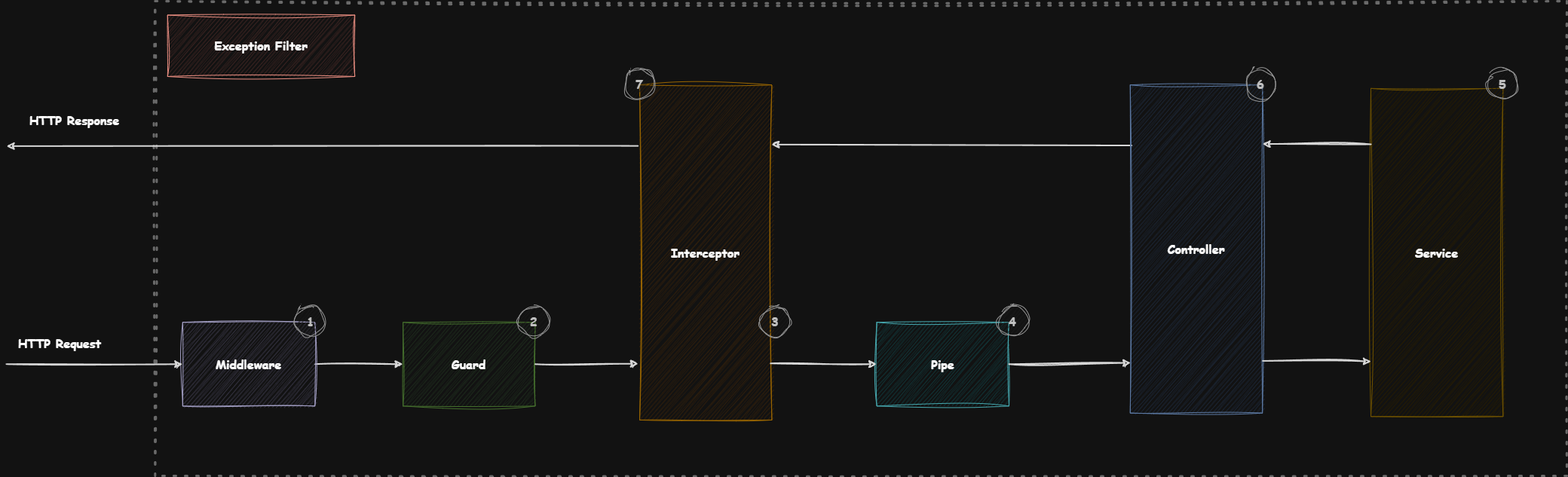
quanghiep03198/BE-WMS keeps this draw.io diagram as resources/@framework/nestjs-life-cycle.png. Above is the earlier version. Source tidied: cells renumbered, new cells last; positions are measured from the earlier drawing's top-left corner, leaving out a move shared by most shapes.
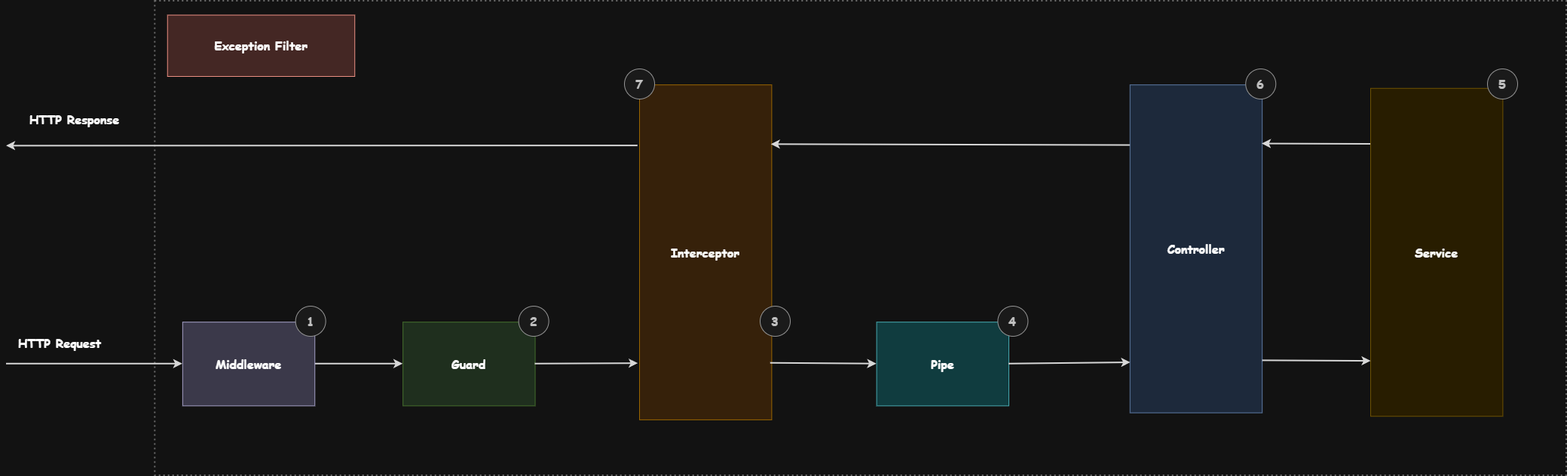
Above is the later version.

Commit message:
refactor: update image path for NestJS lifecycle diagram in documentation

Diff of the diagram source:
```diff
@@ -2,97 +2,97 @@
   <root>
     <mxCell id="0" />
     <mxCell id="1" parent="0" />
-    <mxCell id="2" style="group;spacing=0;spacingRight=0;rounded=1;fontStyle=1;fontSize=16;dashed=1;dashPattern=1 4;sketch=1;curveFitting=1;jiggle=2;fontFamily=Comic Sans MS;" parent="1" vertex="1">
+    <mxCell id="2" style="group;spacing=0;spacingRight=0;rounded=1;fontStyle=1;fontSize=16;dashed=1;dashPattern=1 4;fontFamily=Comic Sans MS;" parent="1" vertex="1">
       <mxGeometry width="2070" height="630" as="geometry" />
     </mxCell>
-    <mxCell id="3" style="rounded=0;whiteSpace=wrap;html=1;fillColor=none;dashed=1;strokeColor=#999999;fontFamily=Comic Sans MS;fontSize=16;shadow=0;spacingRight=0;spacingBottom=0;spacing=16;strokeWidth=3;fontStyle=1;sketch=1;curveFitting=1;jiggle=2;dashPattern=1 4;" parent="2" vertex="1">
+    <mxCell id="3" style="rounded=0;whiteSpace=wrap;html=1;fillColor=none;dashed=1;strokeColor=#999999;fontFamily=Comic Sans MS;fontSize=16;shadow=0;spacingRight=0;spacingBottom=0;spacing=16;strokeWidth=2;fontStyle=1;dashPattern=1 2;" parent="2" vertex="1">
       <mxGeometry x="197.3" width="1872.7" height="630" as="geometry" />
     </mxCell>
-    <mxCell id="4" style="edgeStyle=orthogonalEdgeStyle;rounded=0;jettySize=auto;html=1;fillColor=#dae8fc;strokeColor=#1A1A1A;fontFamily=Comic Sans MS;fontSize=16;spacingRight=0;spacingBottom=0;spacing=16;strokeWidth=2;fontStyle=1;sketch=1;curveFitting=1;jiggle=2;" parent="2" edge="1" source="5" target="7">
+    <mxCell id="4" style="edgeStyle=orthogonalEdgeStyle;rounded=0;jettySize=auto;html=1;fillColor=#dae8fc;strokeColor=#1A1A1A;fontFamily=Comic Sans MS;fontSize=16;spacingRight=0;spacingBottom=0;spacing=16;strokeWidth=2;fontStyle=1;" parent="2" edge="1" source="5" target="7">
       <mxGeometry relative="1" as="geometry" />
     </mxCell>
-    <mxCell id="5" value="Middleware" style="rounded=0;whiteSpace=wrap;html=1;fontStyle=1;fontSize=16;fillColor=#d0cee2;strokeColor=#56517e;fontFamily=Comic Sans MS;spacingRight=0;spacingBottom=0;spacing=16;sketch=1;curveFitting=1;jiggle=2;" parent="2" vertex="1">
+    <mxCell id="5" value="Middleware" style="rounded=0;whiteSpace=wrap;html=1;fontStyle=1;fontSize=16;fillColor=#d0cee2;strokeColor=#56517e;fontFamily=Comic Sans MS;spacingRight=0;spacingBottom=0;spacing=16;" parent="2" vertex="1">
       <mxGeometry x="233.8" y="426.2" width="175.4" height="111.2" as="geometry" />
     </mxCell>
-    <mxCell id="6" value="Interceptor" style="rounded=0;whiteSpace=wrap;html=1;fontStyle=1;fontSize=16;fillColor=#ffe6cc;strokeColor=#d79b00;fontFamily=Comic Sans MS;spacingRight=0;spacingBottom=0;spacing=16;sketch=1;curveFitting=1;jiggle=2;" parent="2" vertex="1">
+    <mxCell id="6" value="Interceptor" style="rounded=0;whiteSpace=wrap;html=1;fontStyle=1;fontSize=16;fillColor=#ffe6cc;strokeColor=#d79b00;fontFamily=Comic Sans MS;spacingRight=0;spacingBottom=0;spacing=16;" parent="2" vertex="1">
       <mxGeometry x="840" y="111.2" width="175.4" height="444.7" as="geometry" />
     </mxCell>
-    <mxCell id="7" value="Guard" style="rounded=0;whiteSpace=wrap;html=1;fontStyle=1;fontSize=16;fillColor=#d5e8d4;strokeColor=#82b366;fontFamily=Comic Sans MS;spacingRight=0;spacingBottom=0;spacing=16;sketch=1;curveFitting=1;jiggle=2;" parent="2" vertex="1">
+    <mxCell id="7" value="Guard" style="rounded=0;whiteSpace=wrap;html=1;fontStyle=1;fontSize=16;fillColor=#d5e8d4;strokeColor=#82b366;fontFamily=Comic Sans MS;spacingRight=0;spacingBottom=0;spacing=16;" parent="2" vertex="1">
       <mxGeometry x="526.2" y="426.2" width="175.4" height="111.2" as="geometry" />
     </mxCell>
-    <mxCell id="8" value="Pipe" style="rounded=0;whiteSpace=wrap;html=1;fontStyle=1;fontSize=16;fillColor=#b0e3e6;strokeColor=#0e8088;fontFamily=Comic Sans MS;spacingRight=0;spacingBottom=0;spacing=16;sketch=1;curveFitting=1;jiggle=2;" parent="2" vertex="1">
+    <mxCell id="8" value="Pipe" style="rounded=0;whiteSpace=wrap;html=1;fontStyle=1;fontSize=16;fillColor=#b0e3e6;strokeColor=#0e8088;fontFamily=Comic Sans MS;spacingRight=0;spacingBottom=0;spacing=16;" parent="2" vertex="1">
       <mxGeometry x="1154.6" y="426.2" width="175.4" height="111.2" as="geometry" />
     </mxCell>
-    <mxCell id="9" style="rounded=0;jettySize=auto;html=1;entryX=0.996;entryY=0.178;entryDx=0;entryDy=0;entryPerimeter=0;exitX=0.011;exitY=0.182;exitDx=0;exitDy=0;exitPerimeter=0;fillColor=#dae8fc;strokeColor=#1A1A1A;fontFamily=Comic Sans MS;fontSize=16;spacingRight=0;spacingBottom=0;spacing=16;strokeWidth=2;fontStyle=1;sketch=1;curveFitting=1;jiggle=2;" parent="2" edge="1" target="6">
+    <mxCell id="9" style="rounded=0;jettySize=auto;html=1;entryX=0.996;entryY=0.178;entryDx=0;entryDy=0;entryPerimeter=0;exitX=0.011;exitY=0.182;exitDx=0;exitDy=0;exitPerimeter=0;fillColor=#dae8fc;strokeColor=#1A1A1A;fontFamily=Comic Sans MS;fontSize=16;spacingRight=0;spacingBottom=0;spacing=16;strokeWidth=2;fontStyle=1;" parent="2" edge="1" target="6">
       <mxGeometry relative="1" as="geometry">
         <mxPoint x="1492.7" y="191.6" as="sourcePoint" />
       </mxGeometry>
     </mxCell>
-    <mxCell id="10" value="Controller" style="rounded=0;whiteSpace=wrap;html=1;fontStyle=1;fontSize=16;fillColor=#dae8fc;strokeColor=#6c8ebf;fontFamily=Comic Sans MS;spacingRight=0;spacingBottom=0;spacing=16;sketch=1;curveFitting=1;jiggle=2;" parent="2" vertex="1">
+    <mxCell id="10" value="Controller" style="rounded=0;whiteSpace=wrap;html=1;fontStyle=1;fontSize=16;fillColor=#dae8fc;strokeColor=#6c8ebf;fontFamily=Comic Sans MS;spacingRight=0;spacingBottom=0;spacing=16;" parent="2" vertex="1">
       <mxGeometry x="1490.8" y="111.2" width="175.4" height="435.4" as="geometry" />
     </mxCell>
-    <mxCell id="11" style="rounded=0;jettySize=auto;html=1;entryX=0;entryY=0.5;entryDx=0;entryDy=0;fillColor=#dae8fc;strokeColor=#1A1A1A;fontFamily=Comic Sans MS;fontSize=16;spacingRight=0;spacingBottom=0;spacing=16;strokeWidth=2;fontStyle=1;sketch=1;curveFitting=1;jiggle=2;" parent="2" edge="1" target="5">
+    <mxCell id="11" style="rounded=0;jettySize=auto;html=1;entryX=0;entryY=0.5;entryDx=0;entryDy=0;fillColor=#dae8fc;strokeColor=#1A1A1A;fontFamily=Comic Sans MS;fontSize=16;spacingRight=0;spacingBottom=0;spacing=16;strokeWidth=2;fontStyle=1;" parent="2" edge="1" target="5">
       <mxGeometry relative="1" as="geometry">
         <mxPoint y="481.8" as="sourcePoint" />
       </mxGeometry>
     </mxCell>
-    <mxCell id="12" value="HTTP Request" style="text;html=1;align=left;verticalAlign=middle;whiteSpace=wrap;rounded=0;fontStyle=1;fontSize=16;fontFamily=Comic Sans MS;spacingRight=0;spacingBottom=0;spacing=16;sketch=1;curveFitting=1;jiggle=2;" parent="2" vertex="1">
+    <mxCell id="12" value="HTTP Request" style="text;html=1;align=left;verticalAlign=middle;whiteSpace=wrap;rounded=0;fontStyle=1;fontSize=16;fontFamily=Comic Sans MS;spacingRight=0;spacingBottom=0;spacing=16;" parent="2" vertex="1">
       <mxGeometry y="426.2" width="204.6" height="55.6" as="geometry" />
     </mxCell>
-    <mxCell id="13" value="HTTP Response" style="text;html=1;align=left;verticalAlign=middle;whiteSpace=wrap;rounded=0;fontStyle=1;fontSize=16;fontFamily=Comic Sans MS;spacingRight=0;spacingBottom=0;spacing=16;sketch=1;curveFitting=1;jiggle=2;" parent="2" vertex="1">
+    <mxCell id="13" value="HTTP Response" style="text;html=1;align=left;verticalAlign=middle;whiteSpace=wrap;rounded=0;fontStyle=1;fontSize=16;fontFamily=Comic Sans MS;spacingRight=0;spacingBottom=0;spacing=16;" parent="2" vertex="1">
       <mxGeometry x="14.6" y="129.7" width="219.2" height="55.6" as="geometry" />
     </mxCell>
-    <mxCell id="14" style="rounded=0;jettySize=auto;html=1;entryX=-0.01;entryY=0.832;entryDx=0;entryDy=0;entryPerimeter=0;fillColor=#dae8fc;strokeColor=#1A1A1A;fontFamily=Comic Sans MS;fontSize=16;spacingRight=0;spacingBottom=0;spacing=16;strokeWidth=2;fontStyle=1;sketch=1;curveFitting=1;jiggle=2;" parent="2" edge="1" target="6">
+    <mxCell id="14" style="rounded=0;jettySize=auto;html=1;entryX=-0.01;entryY=0.832;entryDx=0;entryDy=0;entryPerimeter=0;fillColor=#dae8fc;strokeColor=#1A1A1A;fontFamily=Comic Sans MS;fontSize=16;spacingRight=0;spacingBottom=0;spacing=16;strokeWidth=2;fontStyle=1;" parent="2" edge="1" target="6">
       <mxGeometry relative="1" as="geometry">
         <mxPoint x="701.5" y="481.8" as="sourcePoint" />
       </mxGeometry>
     </mxCell>
-    <mxCell id="15" style="rounded=0;jettySize=auto;html=1;entryX=0;entryY=0.5;entryDx=0;entryDy=0;fillColor=#dae8fc;strokeColor=#1A1A1A;fontFamily=Comic Sans MS;fontSize=16;spacingRight=0;spacingBottom=0;spacing=16;strokeWidth=2;fontStyle=1;exitX=0.991;exitY=0.831;exitDx=0;exitDy=0;exitPerimeter=0;sketch=1;curveFitting=1;jiggle=2;" parent="2" edge="1" source="6" target="8">
+    <mxCell id="15" style="rounded=0;jettySize=auto;html=1;entryX=0;entryY=0.5;entryDx=0;entryDy=0;fillColor=#dae8fc;strokeColor=#1A1A1A;fontFamily=Comic Sans MS;fontSize=16;spacingRight=0;spacingBottom=0;spacing=16;strokeWidth=2;fontStyle=1;exitX=0.991;exitY=0.831;exitDx=0;exitDy=0;exitPerimeter=0;" parent="2" edge="1" source="6" target="8">
       <mxGeometry relative="1" as="geometry" />
     </mxCell>
-    <mxCell id="16" style="rounded=0;jettySize=auto;html=1;entryX=0.005;entryY=0.847;entryDx=0;entryDy=0;entryPerimeter=0;fillColor=#dae8fc;strokeColor=#1A1A1A;fontFamily=Comic Sans MS;fontSize=16;spacingRight=0;spacingBottom=0;spacing=16;strokeWidth=2;fontStyle=1;sketch=1;curveFitting=1;jiggle=2;" parent="2" edge="1" target="10">
+    <mxCell id="16" style="rounded=0;jettySize=auto;html=1;entryX=0.005;entryY=0.847;entryDx=0;entryDy=0;entryPerimeter=0;fillColor=#dae8fc;strokeColor=#1A1A1A;fontFamily=Comic Sans MS;fontSize=16;spacingRight=0;spacingBottom=0;spacing=16;strokeWidth=2;fontStyle=1;" parent="2" edge="1" target="10">
       <mxGeometry relative="1" as="geometry">
         <mxPoint x="1330" y="481.8" as="sourcePoint" />
       </mxGeometry>
     </mxCell>
-    <mxCell id="17" style="rounded=0;jettySize=auto;html=1;exitX=-0.013;exitY=0.182;exitDx=0;exitDy=0;exitPerimeter=0;fillColor=#dae8fc;strokeColor=#1A1A1A;fontFamily=Comic Sans MS;fontSize=16;spacingRight=0;spacingBottom=0;spacing=16;strokeWidth=2;fontStyle=1;sketch=1;curveFitting=1;jiggle=2;" parent="2" edge="1" source="6">
+    <mxCell id="17" style="rounded=0;jettySize=auto;html=1;exitX=-0.013;exitY=0.182;exitDx=0;exitDy=0;exitPerimeter=0;fillColor=#dae8fc;strokeColor=#1A1A1A;fontFamily=Comic Sans MS;fontSize=16;spacingRight=0;spacingBottom=0;spacing=16;strokeWidth=2;fontStyle=1;" parent="2" edge="1" source="6">
       <mxGeometry relative="1" as="geometry">
         <mxPoint y="192.4" as="targetPoint" />
       </mxGeometry>
     </mxCell>
-    <mxCell id="18" value="Exception Filter" style="text;html=1;align=center;verticalAlign=middle;whiteSpace=wrap;rounded=0;fontStyle=1;fontSize=16;fontFamily=Comic Sans MS;spacingRight=0;spacingBottom=0;spacing=16;fillColor=#fad9d5;strokeColor=#ae4132;sketch=1;curveFitting=1;jiggle=2;" parent="2" vertex="1">
+    <mxCell id="18" value="Exception Filter" style="text;html=1;align=center;verticalAlign=middle;whiteSpace=wrap;rounded=0;fontStyle=1;fontSize=16;fontFamily=Comic Sans MS;spacingRight=0;spacingBottom=0;spacing=16;fillColor=#fad9d5;strokeColor=#ae4132;" parent="2" vertex="1">
       <mxGeometry x="213.8" y="18.5" width="248.5" height="81.5" as="geometry" />
     </mxCell>
-    <mxCell id="19" value="&lt;font&gt;1&lt;/font&gt;" style="ellipse;whiteSpace=wrap;html=1;fillColor=#f5f5f5;fontColor=#333333;strokeColor=#666666;fontStyle=1;fontSize=16;sketch=1;curveFitting=1;jiggle=2;fontFamily=Comic Sans MS;" parent="2" vertex="1">
+    <mxCell id="19" value="&lt;font&gt;1&lt;/font&gt;" style="ellipse;whiteSpace=wrap;html=1;fillColor=#f5f5f5;fontColor=#333333;strokeColor=#666666;fontStyle=1;fontSize=16;fontFamily=Comic Sans MS;" parent="2" vertex="1">
       <mxGeometry x="383.7" y="405" width="40" height="40" as="geometry" />
     </mxCell>
-    <mxCell id="20" value="&lt;font&gt;2&lt;/font&gt;" style="ellipse;whiteSpace=wrap;html=1;fillColor=#f5f5f5;fontColor=#333333;strokeColor=#666666;fontStyle=1;fontSize=16;sketch=1;curveFitting=1;jiggle=2;fontFamily=Comic Sans MS;" parent="2" vertex="1">
+    <mxCell id="20" value="&lt;font&gt;2&lt;/font&gt;" style="ellipse;whiteSpace=wrap;html=1;fillColor=#f5f5f5;fontColor=#333333;strokeColor=#666666;fontStyle=1;fontSize=16;fontFamily=Comic Sans MS;" parent="2" vertex="1">
       <mxGeometry x="679.6" y="405" width="40" height="40" as="geometry" />
     </mxCell>
-    <mxCell id="21" value="&lt;font&gt;3&lt;/font&gt;" style="ellipse;whiteSpace=wrap;html=1;fillColor=#f5f5f5;fontColor=#333333;strokeColor=#666666;fontStyle=1;fontSize=16;sketch=1;curveFitting=1;jiggle=2;fontFamily=Comic Sans MS;" parent="2" vertex="1">
+    <mxCell id="21" value="&lt;font&gt;3&lt;/font&gt;" style="ellipse;whiteSpace=wrap;html=1;fillColor=#f5f5f5;fontColor=#333333;strokeColor=#666666;fontStyle=1;fontSize=16;fontFamily=Comic Sans MS;" parent="2" vertex="1">
       <mxGeometry x="1000" y="405" width="40" height="40" as="geometry" />
     </mxCell>
-    <mxCell id="22" value="&lt;font&gt;4&lt;/font&gt;" style="ellipse;whiteSpace=wrap;html=1;fillColor=#f5f5f5;fontColor=#333333;strokeColor=#666666;fontStyle=1;fontSize=16;sketch=1;curveFitting=1;jiggle=2;fontFamily=Comic Sans MS;" parent="2" vertex="1">
+    <mxCell id="22" value="&lt;font&gt;4&lt;/font&gt;" style="ellipse;whiteSpace=wrap;html=1;fillColor=#f5f5f5;fontColor=#333333;strokeColor=#666666;fontStyle=1;fontSize=16;fontFamily=Comic Sans MS;" parent="2" vertex="1">
       <mxGeometry x="1315.4" y="405" width="40" height="40" as="geometry" />
     </mxCell>
-    <mxCell id="23" value="&lt;font&gt;6&lt;/font&gt;" style="ellipse;whiteSpace=wrap;html=1;fillColor=#f5f5f5;fontColor=#333333;strokeColor=#666666;fontStyle=1;fontSize=16;sketch=1;curveFitting=1;jiggle=2;fontFamily=Comic Sans MS;" parent="2" vertex="1">
+    <mxCell id="23" value="&lt;font&gt;6&lt;/font&gt;" style="ellipse;whiteSpace=wrap;html=1;fillColor=#f5f5f5;fontColor=#333333;strokeColor=#666666;fontStyle=1;fontSize=16;fontFamily=Comic Sans MS;" parent="2" vertex="1">
       <mxGeometry x="1644.2" y="90" width="40" height="40" as="geometry" />
     </mxCell>
-    <mxCell id="24" value="&lt;font&gt;7&lt;/font&gt;" style="ellipse;whiteSpace=wrap;html=1;fillColor=#f5f5f5;fontColor=#333333;strokeColor=#666666;fontStyle=1;fontSize=16;sketch=1;curveFitting=1;jiggle=2;fontFamily=Comic Sans MS;" parent="2" vertex="1">
+    <mxCell id="24" value="&lt;font&gt;7&lt;/font&gt;" style="ellipse;whiteSpace=wrap;html=1;fillColor=#f5f5f5;fontColor=#333333;strokeColor=#666666;fontStyle=1;fontSize=16;fontFamily=Comic Sans MS;" parent="2" vertex="1">
       <mxGeometry x="820" y="90" width="40" height="40" as="geometry" />
     </mxCell>
-    <mxCell id="25" value="Service" style="rounded=0;whiteSpace=wrap;html=1;fontStyle=1;fontSize=16;fillColor=#fff2cc;strokeColor=#d6b656;fontFamily=Comic Sans MS;spacingRight=0;spacingBottom=0;spacing=16;sketch=1;curveFitting=1;jiggle=2;" parent="2" vertex="1">
+    <mxCell id="25" value="Service" style="rounded=0;whiteSpace=wrap;html=1;fontStyle=1;fontSize=16;fillColor=#fff2cc;strokeColor=#d6b656;fontFamily=Comic Sans MS;spacingRight=0;spacingBottom=0;spacing=16;" parent="2" vertex="1">
       <mxGeometry x="1810" y="115.8" width="175.4" height="435.4" as="geometry" />
     </mxCell>
-    <mxCell id="26" style="rounded=0;jettySize=auto;html=1;fillColor=#dae8fc;strokeColor=#1A1A1A;fontFamily=Comic Sans MS;fontSize=16;spacingRight=0;spacingBottom=0;spacing=16;strokeWidth=2;fontStyle=1;exitX=1.003;exitY=0.841;exitDx=0;exitDy=0;entryX=0.003;entryY=0.832;entryDx=0;entryDy=0;entryPerimeter=0;exitPerimeter=0;sketch=1;curveFitting=1;jiggle=2;" parent="2" edge="1" source="10" target="25">
+    <mxCell id="26" style="rounded=0;jettySize=auto;html=1;fillColor=#dae8fc;strokeColor=#1A1A1A;fontFamily=Comic Sans MS;fontSize=16;spacingRight=0;spacingBottom=0;spacing=16;strokeWidth=2;fontStyle=1;exitX=1.003;exitY=0.841;exitDx=0;exitDy=0;entryX=0.003;entryY=0.832;entryDx=0;entryDy=0;entryPerimeter=0;exitPerimeter=0;" parent="2" edge="1" source="10" target="25">
       <mxGeometry relative="1" as="geometry" />
     </mxCell>
-    <mxCell id="27" style="rounded=0;jettySize=auto;html=1;fillColor=#dae8fc;strokeColor=#1A1A1A;fontFamily=Comic Sans MS;fontSize=16;spacingRight=0;spacingBottom=0;spacing=16;strokeWidth=2;fontStyle=1;entryX=0.999;entryY=0.18;entryDx=0;entryDy=0;entryPerimeter=0;sketch=1;curveFitting=1;jiggle=2;" parent="2" edge="1" target="10">
+    <mxCell id="27" style="rounded=0;jettySize=auto;html=1;fillColor=#dae8fc;strokeColor=#1A1A1A;fontFamily=Comic Sans MS;fontSize=16;spacingRight=0;spacingBottom=0;spacing=16;strokeWidth=2;fontStyle=1;entryX=0.999;entryY=0.18;entryDx=0;entryDy=0;entryPerimeter=0;" parent="2" edge="1" target="10">
       <mxGeometry relative="1" as="geometry">
         <mxPoint x="1810" y="190" as="sourcePoint" />
       </mxGeometry>
     </mxCell>
-    <mxCell id="28" value="5" style="ellipse;whiteSpace=wrap;html=1;fillColor=#f5f5f5;fontColor=#333333;strokeColor=#666666;fontStyle=1;fontSize=16;sketch=1;curveFitting=1;jiggle=2;fontFamily=Comic Sans MS;" parent="2" vertex="1">
+    <mxCell id="28" value="5" style="ellipse;whiteSpace=wrap;html=1;fillColor=#f5f5f5;fontColor=#333333;strokeColor=#666666;fontStyle=1;fontSize=16;fontFamily=Comic Sans MS;" parent="2" vertex="1">
       <mxGeometry x="1965" y="90" width="40" height="40" as="geometry" />
     </mxCell>
   </root>
```
